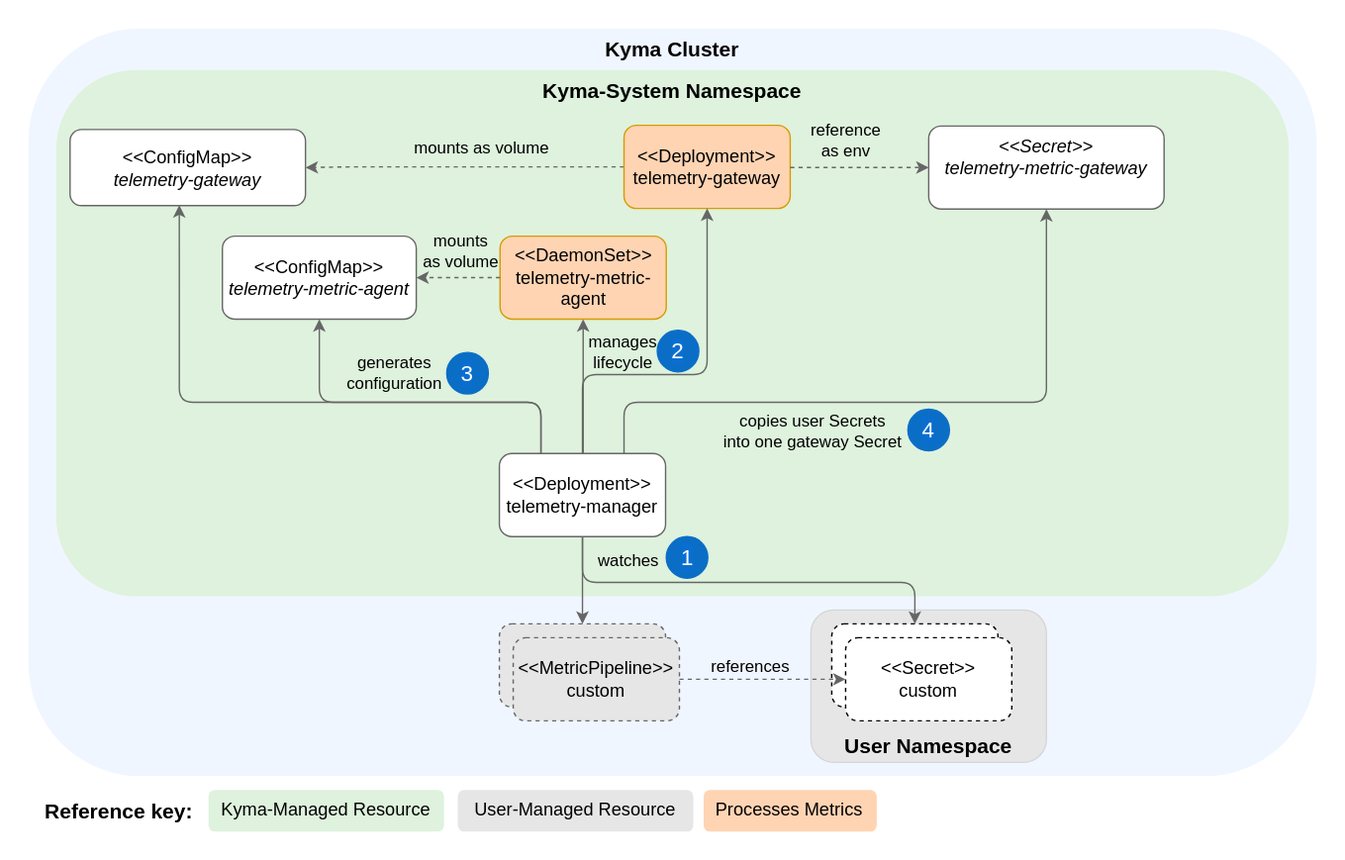
Earlier version of the draw.io export docs/user/assets/metrics-resources.drawio.svg (kyma-project/telemetry-manager). Source tidied: cells renumbered, new cells last; positions are measured from the earlier drawing's top-left corner, leaving out a move shared by most shapes.
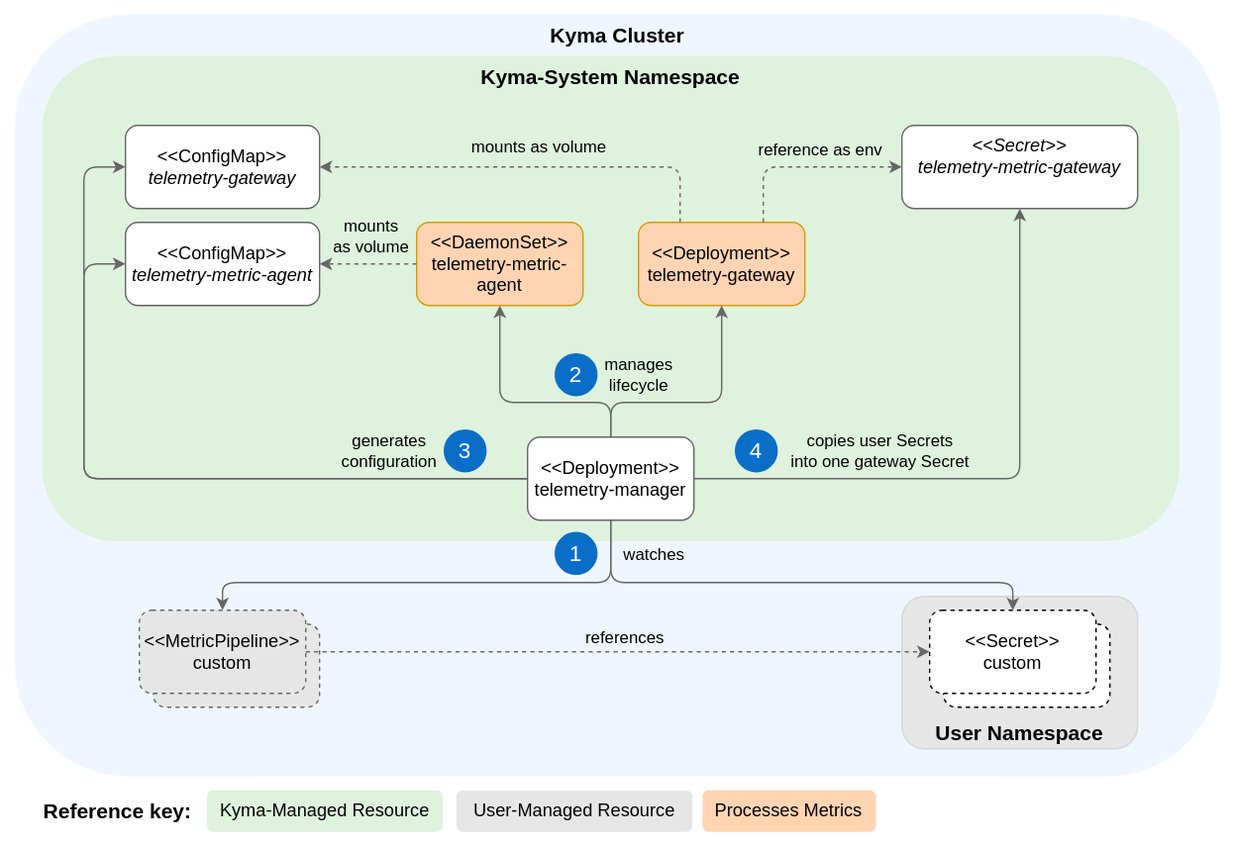
Above is the later version.

Diff of the diagram source:
```diff
@@ -3,60 +3,66 @@
     <mxCell id="0" />
     <mxCell id="1" parent="0" />
     <mxCell id="2" style="rounded=0;whiteSpace=wrap;html=1;fillColor=#FFFFFF;strokeColor=none;" parent="1" vertex="1">
-      <mxGeometry width="970" height="620" as="geometry" />
+      <mxGeometry x="-680" y="70" width="890" height="610" as="geometry" />
     </mxCell>
     <mxCell id="3" value="&lt;b style=&quot;color: rgb(0, 0, 0); font-size: 15px;&quot;&gt;&lt;font style=&quot;font-size: 15px;&quot;&gt;Kyma Cluster&lt;br style=&quot;font-size: 15px;&quot;&gt;&lt;/font&gt;&lt;/b&gt;" style="rounded=1;whiteSpace=wrap;html=1;fillColor=#F0F6FF;strokeColor=none;fontColor=#333333;verticalAlign=top;fontSize=15;" parent="1" vertex="1">
-      <mxGeometry x="20" y="20" width="930" height="540" as="geometry" />
+      <mxGeometry x="-670" y="80" width="870" height="550" as="geometry" />
     </mxCell>
     <mxCell id="4" value="&lt;font style=&quot;font-size: 15px;&quot;&gt;&lt;b&gt;Reference key:&lt;/b&gt;&lt;/font&gt;" style="text;html=1;align=center;verticalAlign=middle;strokeColor=none;fillColor=default;" parent="1" vertex="1">
-      <mxGeometry x="20" y="570" width="130" height="30" as="geometry" />
+      <mxGeometry x="-661.2" y="640" width="130" height="30" as="geometry" />
     </mxCell>
     <mxCell id="5" value="&lt;b style=&quot;color: rgb(0, 0, 0); font-size: 15px;&quot;&gt;Kyma-System Namespace&lt;br style=&quot;font-size: 15px;&quot;&gt;&lt;/b&gt;" style="rounded=1;whiteSpace=wrap;html=1;dashed=1;fillColor=#DEF2DD;strokeColor=none;verticalAlign=top;fontSize=15;" parent="1" vertex="1">
-      <mxGeometry x="40" y="50" width="890" height="380" as="geometry" />
+      <mxGeometry x="-650" y="110" width="820" height="350" as="geometry" />
     </mxCell>
     <mxCell id="6" value="&amp;lt;&amp;lt;Deployment&amp;gt;&amp;gt;&lt;br style=&quot;font-size: 13px;&quot;&gt;telemetry-manager" style="rounded=1;whiteSpace=wrap;html=1;strokeColor=#666666;fontSize=13;" parent="1" vertex="1">
-      <mxGeometry x="360" y="327" width="120" height="60" as="geometry" />
+      <mxGeometry x="-300" y="385" width="120" height="60" as="geometry" />
     </mxCell>
     <mxCell id="7" style="edgeStyle=orthogonalEdgeStyle;html=1;exitX=0.5;exitY=0;exitDx=0;exitDy=0;entryX=0.5;entryY=1;entryDx=0;entryDy=0;elbow=vertical;rounded=1;strokeColor=#666666;" parent="1" edge="1" source="6" target="20">
       <mxGeometry relative="1" as="geometry">
         <Array as="points">
-          <mxPoint x="420" y="230" />
+          <mxPoint x="-240" y="360" />
+          <mxPoint x="-320" y="360" />
         </Array>
       </mxGeometry>
     </mxCell>
     <mxCell id="8" value="manages&lt;br style=&quot;font-size: 12px;&quot;&gt;lifecycle" style="edgeLabel;html=1;align=center;verticalAlign=middle;labelBackgroundColor=none;fontSize=12;" parent="7" vertex="1">
       <mxGeometry x="-0.17" relative="1" as="geometry">
-        <mxPoint x="28" y="-34" as="offset" />
+        <mxPoint x="67" y="-20" as="offset" />
       </mxGeometry>
     </mxCell>
-    <mxCell id="9" value="&amp;lt;&amp;lt;LogPipeline&amp;gt;&amp;gt;&lt;br style=&quot;font-size: 13px;&quot;&gt;custom" style="rounded=1;whiteSpace=wrap;html=1;dashed=1;strokeColor=#666666;fontSize=13;fillColor=#E6E6E6;" parent="1" vertex="1">
-      <mxGeometry x="360" y="450" width="120" height="60" as="geometry" />
+    <mxCell id="9" style="rounded=1;whiteSpace=wrap;html=1;dashed=1;strokeColor=#666666;fontSize=13;fillColor=#E6E6E6;" parent="1" vertex="1">
+      <mxGeometry x="-570" y="520" width="120" height="60" as="geometry" />
     </mxCell>
-    <mxCell id="10" style="edgeStyle=orthogonalEdgeStyle;rounded=1;html=1;exitX=0.5;exitY=1;exitDx=0;exitDy=0;entryX=0.5;entryY=0;entryDx=0;entryDy=0;elbow=vertical;strokeColor=#666666;" parent="1" edge="1" source="6" target="9">
-      <mxGeometry relative="1" as="geometry" />
+    <mxCell id="10" style="edgeStyle=orthogonalEdgeStyle;rounded=1;html=1;exitX=0.5;exitY=1;exitDx=0;exitDy=0;entryX=0.5;entryY=0;entryDx=0;entryDy=0;elbow=vertical;strokeColor=#666666;" parent="1" edge="1" source="6" target="12">
+      <mxGeometry relative="1" as="geometry">
+        <Array as="points">
+          <mxPoint x="-240" y="490" />
+          <mxPoint x="-520" y="490" />
+        </Array>
+      </mxGeometry>
     </mxCell>
     <mxCell id="11" value="watches" style="edgeLabel;html=1;align=center;verticalAlign=middle;labelBackgroundColor=none;fontSize=12;" parent="10" vertex="1">
       <mxGeometry x="0.04" y="1" relative="1" as="geometry">
-        <mxPoint x="31" y="-16" as="offset" />
+        <mxPoint x="165" y="-21" as="offset" />
       </mxGeometry>
     </mxCell>
     <mxCell id="12" value="&amp;lt;&amp;lt;MetricPipeline&amp;gt;&amp;gt;&lt;br style=&quot;font-size: 13px;&quot;&gt;custom" style="rounded=1;whiteSpace=wrap;html=1;dashed=1;strokeColor=#666666;fontSize=13;fillColor=#E6E6E6;" parent="1" vertex="1">
-      <mxGeometry x="370" y="460" width="120" height="60" as="geometry" />
+      <mxGeometry x="-580" y="510" width="120" height="60" as="geometry" />
     </mxCell>
     <mxCell id="13" value="&lt;b style=&quot;color: rgb(0, 0, 0); font-size: 15px;&quot;&gt;User Namespace&lt;br style=&quot;font-size: 15px;&quot;&gt;&lt;/b&gt;" style="rounded=1;whiteSpace=wrap;html=1;fillColor=#E6E6E6;strokeColor=#D6D6D6;verticalAlign=bottom;fontSize=15;" parent="1" vertex="1">
-      <mxGeometry x="585" y="440" width="170" height="110" as="geometry" />
+      <mxGeometry x="-30" y="500" width="170" height="110" as="geometry" />
     </mxCell>
     <mxCell id="14" value="&amp;lt;&amp;lt;Secret&amp;gt;&amp;gt;&lt;br style=&quot;font-size: 13px;&quot;&gt;custom" style="rounded=1;whiteSpace=wrap;html=1;dashed=1;fontSize=13;" parent="1" vertex="1">
-      <mxGeometry x="600" y="450" width="120" height="60" as="geometry" />
+      <mxGeometry y="520" width="120" height="60" as="geometry" />
     </mxCell>
     <mxCell id="15" value="&amp;lt;&amp;lt;Secret&amp;gt;&amp;gt;&lt;br style=&quot;font-size: 13px;&quot;&gt;custom" style="rounded=1;whiteSpace=wrap;html=1;dashed=1;fontSize=13;" parent="1" vertex="1">
-      <mxGeometry x="610" y="460" width="120" height="60" as="geometry" />
+      <mxGeometry x="-10" y="510" width="120" height="60" as="geometry" />
     </mxCell>
-    <mxCell id="16" style="edgeStyle=orthogonalEdgeStyle;rounded=1;html=1;exitX=0.5;exitY=1;exitDx=0;exitDy=0;entryX=0.5;entryY=0;entryDx=0;entryDy=0;elbow=vertical;strokeColor=#666666;" parent="1" edge="1" source="6" target="14">
+    <mxCell id="16" style="edgeStyle=orthogonalEdgeStyle;rounded=1;html=1;exitX=0.5;exitY=1;exitDx=0;exitDy=0;entryX=0.5;entryY=0;entryDx=0;entryDy=0;elbow=vertical;strokeColor=#666666;" parent="1" edge="1" source="6" target="15">
       <mxGeometry relative="1" as="geometry">
         <Array as="points">
-          <mxPoint x="420" y="420" />
-          <mxPoint x="660" y="420" />
+          <mxPoint x="-240" y="490" />
+          <mxPoint x="50" y="490" />
         </Array>
       </mxGeometry>
     </mxCell>
@@ -69,16 +75,16 @@
       </mxGeometry>
     </mxCell>
     <mxCell id="19" value="&lt;span style=&quot;color: rgb(0, 0, 0); font-family: Helvetica; font-size: 13px; font-style: normal; font-variant-ligatures: normal; font-variant-caps: normal; font-weight: 400; letter-spacing: normal; orphans: 2; text-indent: 0px; text-transform: none; widows: 2; word-spacing: 0px; -webkit-text-stroke-width: 0px; text-decoration-thickness: initial; text-decoration-style: initial; text-decoration-color: initial; float: none; display: inline !important;&quot;&gt;Processes Metrics&lt;/span&gt;" style="text;whiteSpace=wrap;html=1;strokeColor=none;rounded=1;fillColor=#ffd4b3;align=center;fontSize=13;" parent="1" vertex="1">
-      <mxGeometry x="507.5" y="570" width="125" height="30" as="geometry" />
+      <mxGeometry x="-173.8" y="640" width="125" height="30" as="geometry" />
     </mxCell>
     <mxCell id="20" value="&amp;lt;&amp;lt;DaemonSet&amp;gt;&amp;gt;&lt;br style=&quot;font-size: 13px;&quot;&gt;telemetry-metric-agent" style="rounded=1;whiteSpace=wrap;html=1;strokeColor=#D79B00;fontSize=13;fillColor=#FFD4B3;" parent="1" vertex="1">
-      <mxGeometry x="360.5" y="170" width="120" height="60" as="geometry" />
+      <mxGeometry x="-380" y="230" width="120" height="60" as="geometry" />
     </mxCell>
     <mxCell id="21" value="&lt;div style=&quot;font-size: 13px;&quot;&gt;&lt;font style=&quot;font-size: 13px&quot;&gt;&amp;lt;&amp;lt;ConfigMap&amp;gt;&amp;gt;&lt;/font&gt;&lt;/div&gt;&lt;i style=&quot;font-size: 13px&quot;&gt;&lt;div style=&quot;font-size: 13px;&quot;&gt;&lt;i style=&quot;background-color: initial; font-size: 13px;&quot;&gt;telemetry-metric-agent&lt;/i&gt;&lt;/div&gt;&lt;/i&gt;" style="rounded=1;whiteSpace=wrap;html=1;align=center;strokeColor=#666666;fontSize=13;" parent="1" vertex="1">
-      <mxGeometry x="160" y="170" width="140" height="60" as="geometry" />
+      <mxGeometry x="-590" y="230" width="140" height="60" as="geometry" />
     </mxCell>
     <mxCell id="22" value="&lt;font style=&quot;font-size: 13px;&quot;&gt;&lt;div style=&quot;font-size: 13px;&quot;&gt;&lt;span style=&quot;font-size: 13px;&quot;&gt;&lt;i style=&quot;font-size: 13px;&quot;&gt;&amp;lt;&amp;lt;Secret&amp;gt;&amp;gt;&lt;br style=&quot;font-size: 13px;&quot;&gt;&lt;div style=&quot;text-align: left; font-size: 13px;&quot;&gt;&lt;i style=&quot;background-color: initial; font-size: 13px;&quot;&gt;telemetry-metric-gateway&lt;/i&gt;&lt;/div&gt;&lt;/i&gt;&lt;/span&gt;&lt;/div&gt;&lt;br style=&quot;font-size: 13px;&quot;&gt;&lt;/font&gt;" style="rounded=1;whiteSpace=wrap;html=1;strokeColor=#666666;fontSize=13;" parent="1" vertex="1">
-      <mxGeometry x="670" y="90.5" width="170" height="60" as="geometry" />
+      <mxGeometry x="-30" y="160" width="170" height="60" as="geometry" />
     </mxCell>
     <mxCell id="23" style="edgeStyle=orthogonalEdgeStyle;html=1;exitX=0;exitY=0.5;exitDx=0;exitDy=0;entryX=1;entryY=0.5;entryDx=0;entryDy=0;dashed=1;strokeColor=#666666;" parent="1" edge="1" source="20" target="21">
       <mxGeometry relative="1" as="geometry" />
@@ -88,11 +94,10 @@
         <mxPoint x="4" y="-18" as="offset" />
       </mxGeometry>
     </mxCell>
-    <mxCell id="25" style="edgeStyle=orthogonalEdgeStyle;html=1;exitX=0;exitY=0.5;exitDx=0;exitDy=0;dashed=1;strokeColor=#666666;startArrow=none;entryX=1;entryY=0.5;entryDx=0;entryDy=0;" parent="1" edge="1" source="27" target="31">
+    <mxCell id="25" style="edgeStyle=orthogonalEdgeStyle;html=1;exitX=0.25;exitY=0;exitDx=0;exitDy=0;dashed=1;strokeColor=#666666;startArrow=none;entryX=1;entryY=0.5;entryDx=0;entryDy=0;" parent="1" edge="1" source="27" target="31">
       <mxGeometry relative="1" as="geometry">
         <Array as="points">
-          <mxPoint x="250" y="120" />
-          <mxPoint x="190" y="121" />
+          <mxPoint x="-190" y="190" />
         </Array>
       </mxGeometry>
     </mxCell>
@@ -102,83 +107,81 @@
       </mxGeometry>
     </mxCell>
     <mxCell id="27" value="&amp;lt;&amp;lt;Deployment&amp;gt;&amp;gt;&lt;br style=&quot;font-size: 13px;&quot;&gt;telemetry-gateway" style="rounded=1;whiteSpace=wrap;html=1;strokeColor=#D79B00;fontSize=13;fillColor=#FFD4B3;" parent="1" vertex="1">
-      <mxGeometry x="450" y="90" width="120" height="60" as="geometry" />
+      <mxGeometry x="-220" y="230" width="120" height="60" as="geometry" />
     </mxCell>
-    <mxCell id="28" style="edgeStyle=orthogonalEdgeStyle;html=1;exitX=1;exitY=0.5;exitDx=0;exitDy=0;entryX=0;entryY=0.5;entryDx=0;entryDy=0;dashed=1;strokeColor=#666666;" parent="1" edge="1" source="27" target="22">
+    <mxCell id="28" style="edgeStyle=orthogonalEdgeStyle;html=1;exitX=0.75;exitY=0;exitDx=0;exitDy=0;entryX=0;entryY=0.5;entryDx=0;entryDy=0;dashed=1;strokeColor=#666666;" parent="1" edge="1" source="27" target="22">
       <mxGeometry relative="1" as="geometry">
         <Array as="points">
-          <mxPoint x="670" y="120" />
+          <mxPoint x="-130" y="190" />
         </Array>
       </mxGeometry>
     </mxCell>
-    <mxCell id="29" value="reference&lt;br style=&quot;font-size: 12px;&quot;&gt;as env" style="edgeLabel;html=1;align=center;verticalAlign=middle;labelBackgroundColor=none;fontSize=12;" parent="28" vertex="1">
+    <mxCell id="29" value="reference as env" style="edgeLabel;html=1;align=center;verticalAlign=middle;labelBackgroundColor=none;fontSize=12;" parent="28" vertex="1">
       <mxGeometry x="-0.21" y="-1" relative="1" as="geometry">
-        <mxPoint y="-21" as="offset" />
+        <mxPoint x="25" y="-13" as="offset" />
       </mxGeometry>
     </mxCell>
     <mxCell id="30" value="&lt;font style=&quot;font-size: 16px&quot;&gt;1&lt;/font&gt;" style="ellipse;whiteSpace=wrap;html=1;labelBackgroundColor=#0A6ED1;fontColor=#FFFFFF;fillColor=#0A6EC7;strokeColor=#0A6EC7;" parent="1" vertex="1">
-      <mxGeometry x="480.5" y="387" width="30" height="30" as="geometry" />
+      <mxGeometry x="-280" y="454" width="30" height="30" as="geometry" />
     </mxCell>
     <mxCell id="31" value="&lt;div style=&quot;font-size: 13px;&quot;&gt;&lt;font style=&quot;font-size: 13px&quot;&gt;&amp;lt;&amp;lt;ConfigMap&amp;gt;&amp;gt;&lt;/font&gt;&lt;/div&gt;&lt;i style=&quot;font-size: 13px&quot;&gt;&lt;div style=&quot;font-size: 13px;&quot;&gt;&lt;i style=&quot;background-color: initial; font-size: 13px;&quot;&gt;telemetry-gateway&lt;/i&gt;&lt;/div&gt;&lt;/i&gt;" style="rounded=1;whiteSpace=wrap;html=1;align=center;strokeColor=#666666;fontSize=13;" parent="1" vertex="1">
-      <mxGeometry x="50" y="93" width="170" height="55" as="geometry" />
+      <mxGeometry x="-590" y="160" width="140" height="60" as="geometry" />
     </mxCell>
     <mxCell id="32" value="&lt;font style=&quot;font-size: 16px&quot;&gt;3&lt;/font&gt;" style="ellipse;whiteSpace=wrap;html=1;labelBackgroundColor=#0A6ED1;fontColor=#FFFFFF;fillColor=#0A6EC7;strokeColor=#0A6EC7;" parent="1" vertex="1">
-      <mxGeometry x="322" y="254" width="30" height="30" as="geometry" />
+      <mxGeometry x="-360" y="380" width="30" height="30" as="geometry" />
     </mxCell>
     <mxCell id="33" value="&lt;font style=&quot;font-size: 16px&quot;&gt;2&lt;/font&gt;" style="ellipse;whiteSpace=wrap;html=1;labelBackgroundColor=#0A6ED1;fontColor=#FFFFFF;fillColor=#0A6EC7;strokeColor=#0A6EC7;" parent="1" vertex="1">
-      <mxGeometry x="474" y="238" width="30" height="30" as="geometry" />
+      <mxGeometry x="-280" y="325" width="30" height="30" as="geometry" />
     </mxCell>
     <mxCell id="34" style="edgeStyle=orthogonalEdgeStyle;html=1;exitX=0.5;exitY=0;exitDx=0;exitDy=0;elbow=vertical;rounded=1;strokeColor=#666666;entryX=0.5;entryY=1;entryDx=0;entryDy=0;" parent="1" edge="1" source="6" target="27">
       <mxGeometry relative="1" as="geometry">
         <Array as="points">
-          <mxPoint x="420" y="270" />
-          <mxPoint x="510" y="270" />
+          <mxPoint x="-240" y="360" />
+          <mxPoint x="-160" y="360" />
         </Array>
       </mxGeometry>
     </mxCell>
-    <mxCell id="35" style="edgeStyle=orthogonalEdgeStyle;html=1;exitX=0.25;exitY=0;exitDx=0;exitDy=0;entryX=0.5;entryY=1;entryDx=0;entryDy=0;elbow=vertical;rounded=1;strokeColor=#666666;" parent="1" edge="1" source="6" target="21">
+    <mxCell id="35" style="edgeStyle=orthogonalEdgeStyle;html=1;exitX=0;exitY=0.5;exitDx=0;exitDy=0;entryX=0;entryY=0.5;entryDx=0;entryDy=0;elbow=vertical;rounded=1;strokeColor=#666666;" parent="1" edge="1" source="6" target="21">
       <mxGeometry relative="1" as="geometry">
         <Array as="points">
-          <mxPoint x="390" y="290" />
-          <mxPoint x="230" y="290" />
+          <mxPoint x="-620" y="415" />
+          <mxPoint x="-620" y="260" />
         </Array>
       </mxGeometry>
     </mxCell>
-    <mxCell id="36" style="edgeStyle=orthogonalEdgeStyle;html=1;exitX=0.25;exitY=0;exitDx=0;exitDy=0;entryX=0.464;entryY=0.993;entryDx=0;entryDy=0;elbow=vertical;rounded=1;strokeColor=#666666;entryPerimeter=0;" parent="1" edge="1" source="6" target="31">
+    <mxCell id="36" style="edgeStyle=orthogonalEdgeStyle;html=1;exitX=0;exitY=0.5;exitDx=0;exitDy=0;entryX=0;entryY=0.5;entryDx=0;entryDy=0;elbow=vertical;rounded=1;strokeColor=#666666;" parent="1" edge="1" source="6" target="31">
       <mxGeometry relative="1" as="geometry">
         <Array as="points">
-          <mxPoint x="390" y="290" />
-          <mxPoint x="129" y="290" />
-          <mxPoint x="129" y="148" />
+          <mxPoint x="-620" y="415" />
+          <mxPoint x="-620" y="190" />
         </Array>
       </mxGeometry>
     </mxCell>
     <mxCell id="37" value="&lt;span style=&quot;&quot;&gt;generates&lt;/span&gt;&lt;br style=&quot;border-color: var(--border-color);&quot;&gt;&lt;span style=&quot;&quot;&gt;configuration&lt;/span&gt;" style="edgeLabel;html=1;align=center;verticalAlign=middle;fontSize=12;labelBackgroundColor=none;" parent="36" vertex="1">
       <mxGeometry x="-0.34" y="-3" relative="1" as="geometry">
-        <mxPoint y="-19" as="offset" />
+        <mxPoint x="88" y="-17" as="offset" />
       </mxGeometry>
     </mxCell>
-    <mxCell id="38" style="edgeStyle=orthogonalEdgeStyle;html=1;exitX=0.75;exitY=0;exitDx=0;exitDy=0;entryX=0.5;entryY=1;entryDx=0;entryDy=0;elbow=vertical;rounded=1;strokeColor=#666666;" parent="1" edge="1" source="6" target="22">
+    <mxCell id="38" style="edgeStyle=orthogonalEdgeStyle;html=1;exitX=1;exitY=0.5;exitDx=0;exitDy=0;entryX=0.5;entryY=1;entryDx=0;entryDy=0;elbow=vertical;rounded=1;strokeColor=#666666;" parent="1" edge="1" source="6" target="22">
       <mxGeometry relative="1" as="geometry">
         <Array as="points">
-          <mxPoint x="450" y="290" />
-          <mxPoint x="755" y="290" />
+          <mxPoint x="55" y="415" />
         </Array>
       </mxGeometry>
     </mxCell>
     <mxCell id="39" value="&lt;span style=&quot;font-size: 12px;&quot;&gt;copies user Secrets&lt;br style=&quot;font-size: 12px;&quot;&gt;into one gateway&amp;nbsp;Secret&lt;/span&gt;" style="edgeLabel;html=1;align=center;verticalAlign=middle;labelBackgroundColor=none;fontSize=12;" parent="38" vertex="1">
       <mxGeometry x="-0.27" y="-2" relative="1" as="geometry">
-        <mxPoint x="-4" y="18" as="offset" />
+        <mxPoint x="-23" y="-22" as="offset" />
       </mxGeometry>
     </mxCell>
     <mxCell id="40" value="&lt;font style=&quot;font-size: 16px&quot;&gt;4&lt;/font&gt;" style="ellipse;whiteSpace=wrap;html=1;labelBackgroundColor=#0A6ED1;fontColor=#FFFFFF;fillColor=#0A6EC7;strokeColor=#0A6EC7;" parent="1" vertex="1">
-      <mxGeometry x="655" y="295" width="30" height="30" as="geometry" />
+      <mxGeometry x="-150" y="380" width="30" height="30" as="geometry" />
     </mxCell>
     <mxCell id="41" value="&lt;span style=&quot;color: rgb(0, 0, 0); font-family: Helvetica; font-size: 13px; font-style: normal; font-variant-ligatures: normal; font-variant-caps: normal; font-weight: 400; letter-spacing: normal; orphans: 2; text-indent: 0px; text-transform: none; widows: 2; word-spacing: 0px; -webkit-text-stroke-width: 0px; text-decoration-thickness: initial; text-decoration-style: initial; text-decoration-color: initial; float: none; display: inline !important;&quot;&gt;User-Managed Resource&lt;/span&gt;" style="text;whiteSpace=wrap;html=1;strokeColor=none;rounded=1;fillColor=#e6e6e6;align=center;fontSize=13;" parent="1" vertex="1">
-      <mxGeometry x="330" y="570" width="170" height="30" as="geometry" />
+      <mxGeometry x="-351.2" y="640" width="170" height="30" as="geometry" />
     </mxCell>
     <mxCell id="42" value="&lt;span style=&quot;color: rgb(0, 0, 0); font-family: Helvetica; font-size: 13px; font-style: normal; font-variant-ligatures: normal; font-variant-caps: normal; font-weight: 400; letter-spacing: normal; orphans: 2; text-indent: 0px; text-transform: none; widows: 2; word-spacing: 0px; -webkit-text-stroke-width: 0px; text-decoration-thickness: initial; text-decoration-style: initial; text-decoration-color: initial; float: none; display: inline !important;&quot;&gt;Kyma-Managed Resource&lt;/span&gt;" style="text;whiteSpace=wrap;html=1;strokeColor=none;rounded=1;fillColor=#def2dd;align=center;" parent="1" vertex="1">
-      <mxGeometry x="150" y="570" width="170" height="30" as="geometry" />
+      <mxGeometry x="-531.2" y="640" width="170" height="30" as="geometry" />
     </mxCell>
   </root>
 </mxGraphModel>
```
